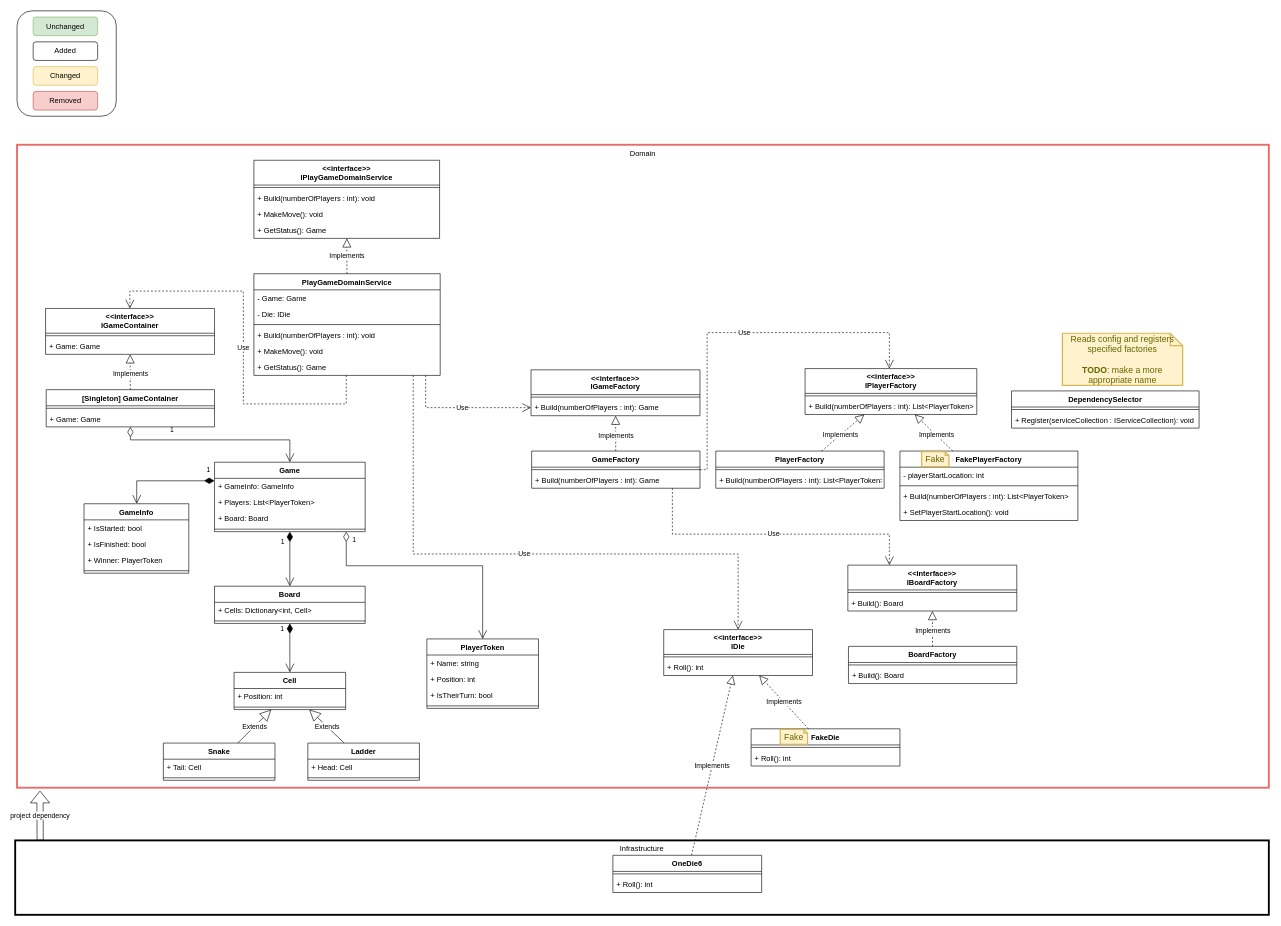
Above: page "Class Diagram" (2 of 3) of design/SnakesAndLadders.drawio in KucherenkoSerhiy/SnakesAndLadders (draw.io), before the change. Source tidied: cells renumbered, new cells numbered last; positions are measured from the earlier drawing's top-left corner, leaving out a move shared by most shapes. Both pictures are drawn from the tidied source at 62%, with x=0, y=0 at pixel (15, 11).
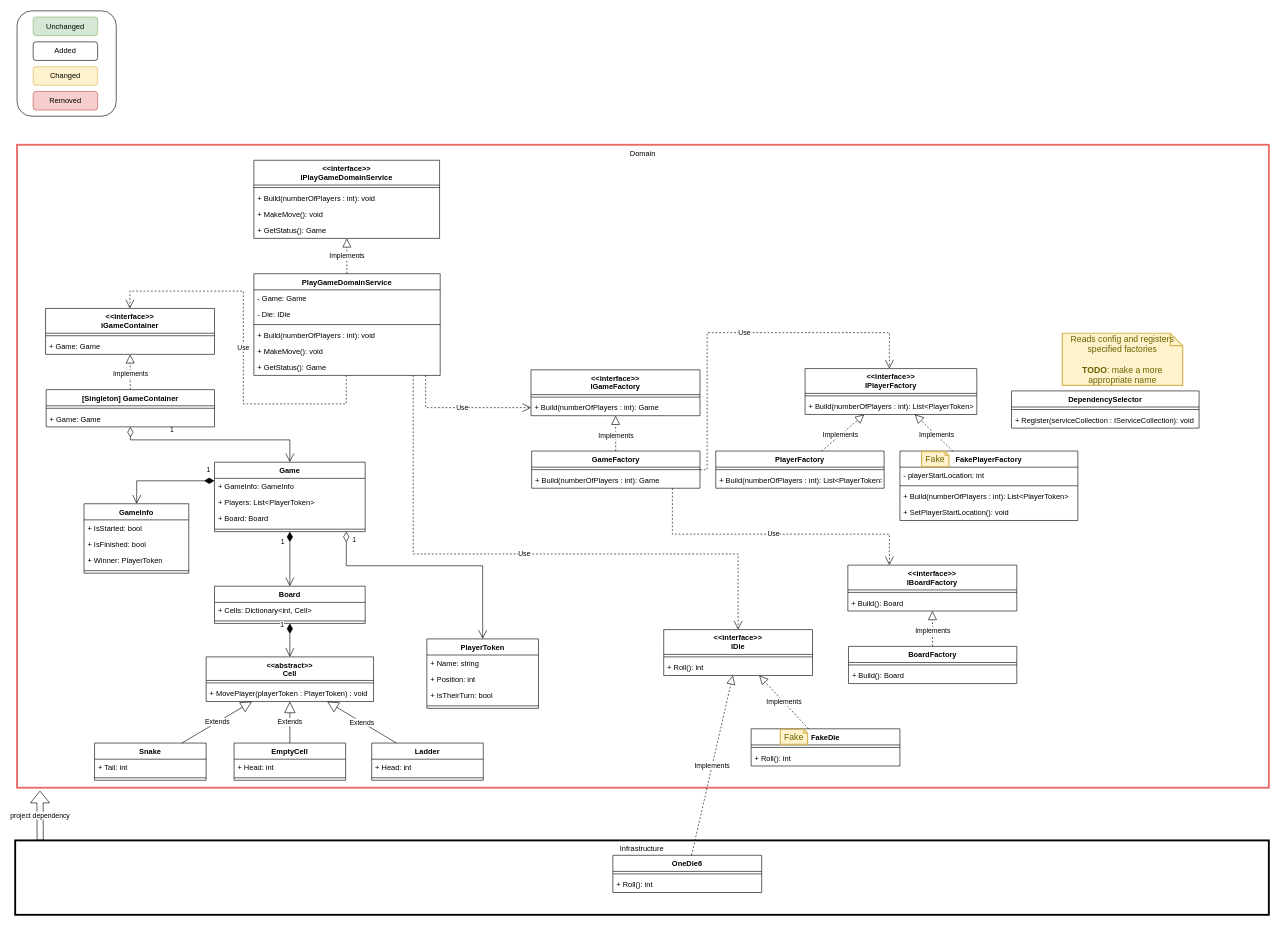
The same diagram, later.

Commit message (it also covers changes not shown here):
Tested and implemented board factory; made "Cell" class abstract and added new "EmptyCell" class; added "MovePlayer" to abstract "Cell" class and its implementations;

The edit, as a diff of the source:
```diff
@@
-    <mxCell id="5" value="Cell" style="swimlane;fontStyle=1;align=center;verticalAlign=top;horizontal=1;startSize=26;strokeWidth=1;fillColor=none;" parent="1" vertex="1">
-      <mxGeometry x="353" y="1067" width="180" height="60" as="geometry" />
+    <mxCell id="5" value="&lt;&lt;abstract&gt;&gt;&#10;Cell" style="swimlane;fontStyle=1;align=center;verticalAlign=top;horizontal=1;startSize=38;strokeWidth=1;fillColor=none;" parent="1" vertex="1">
+      <mxGeometry x="308" y="1042" width="270" height="72" as="geometry" />
     </mxCell>
-    <mxCell id="6" value="+ Position: int" style="text;strokeColor=none;fillColor=none;align=left;verticalAlign=top;spacingLeft=4;spacingRight=4;overflow=hidden;" parent="5" vertex="1">
-      <mxGeometry y="26" width="180" height="26" as="geometry" />
-    </mxCell>
     <mxCell id="7" style="line;strokeWidth=1;fillColor=none;align=left;verticalAlign=middle;spacingTop=-1;spacingLeft=3;spacingRight=3;labelPosition=right;" parent="5" vertex="1">
-      <mxGeometry y="52" width="180" height="8" as="geometry" />
+      <mxGeometry y="38" width="270" height="8" as="geometry" />
     </mxCell>
+    <mxCell id="114" value="+ MovePlayer(playerToken : PlayerToken) : void" style="text;strokeColor=none;fillColor=none;align=left;verticalAlign=top;spacingLeft=4;spacingRight=4;overflow=hidden;" parent="5" vertex="1">
+      <mxGeometry y="46" width="270" height="26" as="geometry" />
+    </mxCell>
@@
     <mxCell id="11" value="Snake" style="swimlane;fontStyle=1;align=center;verticalAlign=top;horizontal=1;startSize=26;strokeWidth=1;fillColor=none;" parent="1" vertex="1">
-      <mxGeometry x="239" y="1181" width="180" height="60" as="geometry" />
+      <mxGeometry x="128" y="1181" width="180" height="60" as="geometry" />
     </mxCell>
-    <mxCell id="12" value="+ Tail: Cell" style="text;strokeColor=none;fillColor=none;align=left;verticalAlign=top;spacingLeft=4;spacingRight=4;overflow=hidden;" parent="11" vertex="1">
+    <mxCell id="12" value="+ Tail: int" style="text;strokeColor=none;fillColor=none;align=left;verticalAlign=top;spacingLeft=4;spacingRight=4;overflow=hidden;" parent="11" vertex="1">
       <mxGeometry y="26" width="180" height="26" as="geometry" />
     </mxCell>
@@
     <mxCell id="14" value="Ladder" style="swimlane;fontStyle=1;align=center;verticalAlign=top;horizontal=1;startSize=26;strokeWidth=1;fillColor=none;" parent="1" vertex="1">
-      <mxGeometry x="472" y="1181" width="180" height="60" as="geometry" />
+      <mxGeometry x="575" y="1181" width="180" height="60" as="geometry" />
     </mxCell>
-    <mxCell id="15" value="+ Head: Cell" style="text;strokeColor=none;fillColor=none;align=left;verticalAlign=top;spacingLeft=4;spacingRight=4;overflow=hidden;" parent="14" vertex="1">
+    <mxCell id="15" value="+ Head: int" style="text;strokeColor=none;fillColor=none;align=left;verticalAlign=top;spacingLeft=4;spacingRight=4;overflow=hidden;" parent="14" vertex="1">
       <mxGeometry y="26" width="180" height="26" as="geometry" />
     </mxCell>
@@
+    <mxCell id="115" value="EmptyCell" style="swimlane;fontStyle=1;align=center;verticalAlign=top;horizontal=1;startSize=26;strokeWidth=1;fillColor=none;" parent="1" vertex="1">
+      <mxGeometry x="353" y="1181" width="180" height="60" as="geometry" />
+    </mxCell>
+    <mxCell id="116" value="+ Head: int" style="text;strokeColor=none;fillColor=none;align=left;verticalAlign=top;spacingLeft=4;spacingRight=4;overflow=hidden;" parent="115" vertex="1">
+      <mxGeometry y="26" width="180" height="26" as="geometry" />
+    </mxCell>
+    <mxCell id="117" style="line;strokeWidth=1;fillColor=none;align=left;verticalAlign=middle;spacingTop=-1;spacingLeft=3;spacingRight=3;labelPosition=right;" parent="115" vertex="1">
+      <mxGeometry y="52" width="180" height="8" as="geometry" />
+    </mxCell>
+    <mxCell id="118" value="Extends" style="endArrow=block;endSize=16;endFill=0;html=1;rounded=0;" parent="1" edge="1" source="115" target="5">
+      <mxGeometry relative="1" as="geometry" />
+    </mxCell>
```
